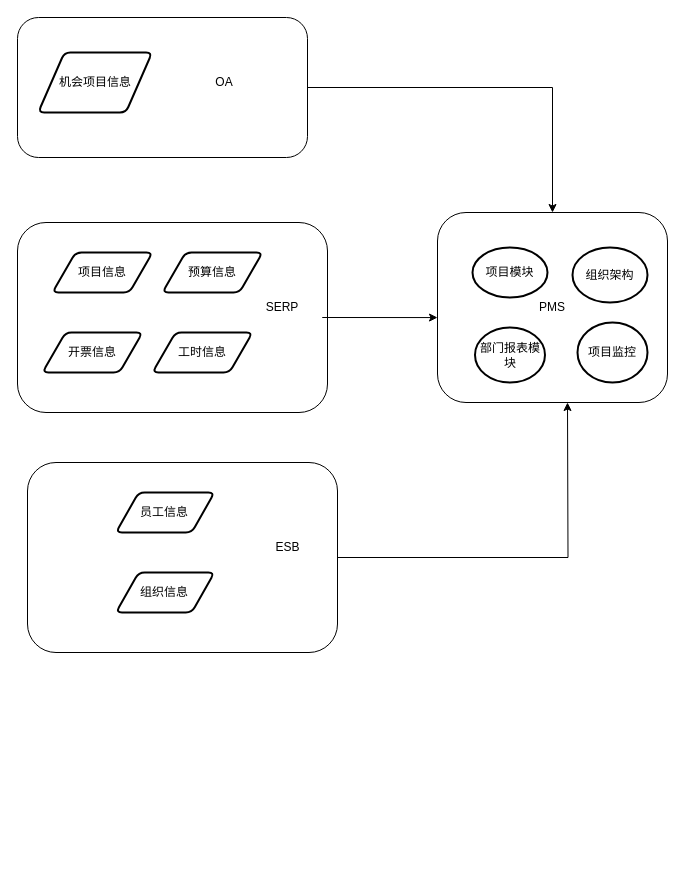
Earlier version of the draw.io diagram 未命名绘图.drawio (ypsliu/AIMAGES). Source tidied: cells renumbered, new cells numbered last; positions are measured from the earlier drawing's top-left corner, leaving out a move shared by most shapes. Both pictures are drawn from the tidied source at 100%, with x=0, y=0 at pixel (17, 17).
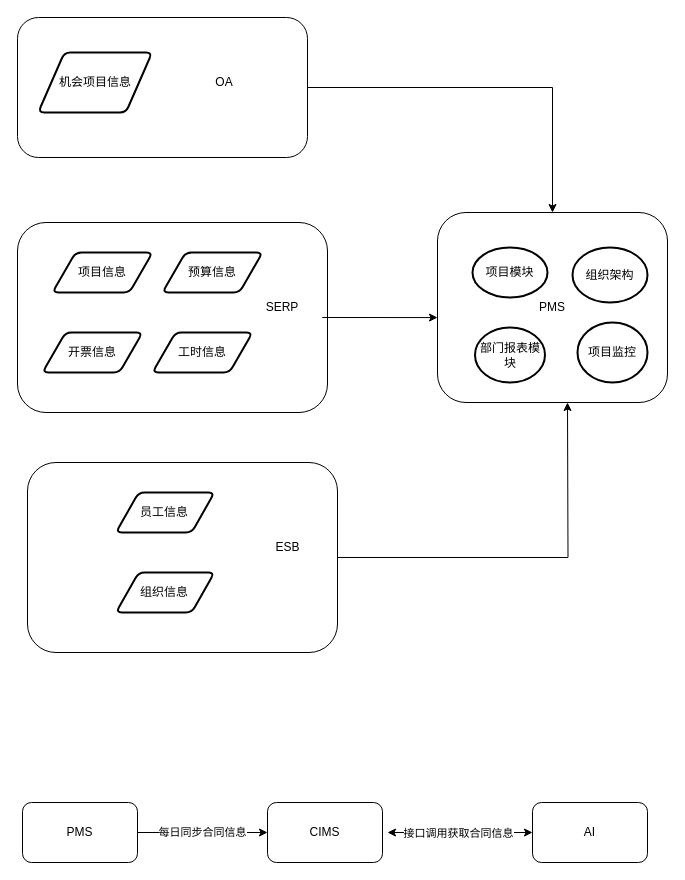
After the change.

Commit message:
更新未命名绘图.drawio

What changed in the source:
```diff
@@
+    <mxCell id="26" value="PMS" style="rounded=1;whiteSpace=wrap;html=1;fontSize=12;glass=0;strokeWidth=1;shadow=0;" parent="1" vertex="1">
+      <mxGeometry x="5" y="785" width="115" height="60" as="geometry" />
+    </mxCell>
+    <mxCell id="27" value="CIMS" style="rounded=1;whiteSpace=wrap;html=1;fontSize=12;glass=0;strokeWidth=1;shadow=0;" parent="1" vertex="1">
+      <mxGeometry x="250" y="785" width="115" height="60" as="geometry" />
+    </mxCell>
+    <mxCell id="28" value="AI" style="rounded=1;whiteSpace=wrap;html=1;fontSize=12;glass=0;strokeWidth=1;shadow=0;" parent="1" vertex="1">
+      <mxGeometry x="515" y="785" width="115" height="60" as="geometry" />
+    </mxCell>
+    <mxCell id="29" value="每日同步合同信息" style="endArrow=classic;html=1;rounded=0;entryX=0;entryY=0.5;entryDx=0;entryDy=0;" parent="1" edge="1" source="26" target="27">
+      <mxGeometry relative="1" as="geometry" />
+    </mxCell>
+    <mxCell id="30" style="endArrow=classic;startArrow=classic;html=1;rounded=0;entryX=0;entryY=0.5;entryDx=0;entryDy=0;" parent="1" edge="1" target="28">
+      <mxGeometry relative="1" as="geometry">
+        <mxPoint x="370" y="815" as="sourcePoint" />
+      </mxGeometry>
+    </mxCell>
+    <mxCell id="31" value="接口调用获取合同信息" style="edgeLabel;html=1;align=center;verticalAlign=middle;" parent="30" vertex="1">
+      <mxGeometry x="-0.16" y="3" relative="1" as="geometry">
+        <mxPoint x="9" y="3" as="offset" />
+      </mxGeometry>
+    </mxCell>
```
